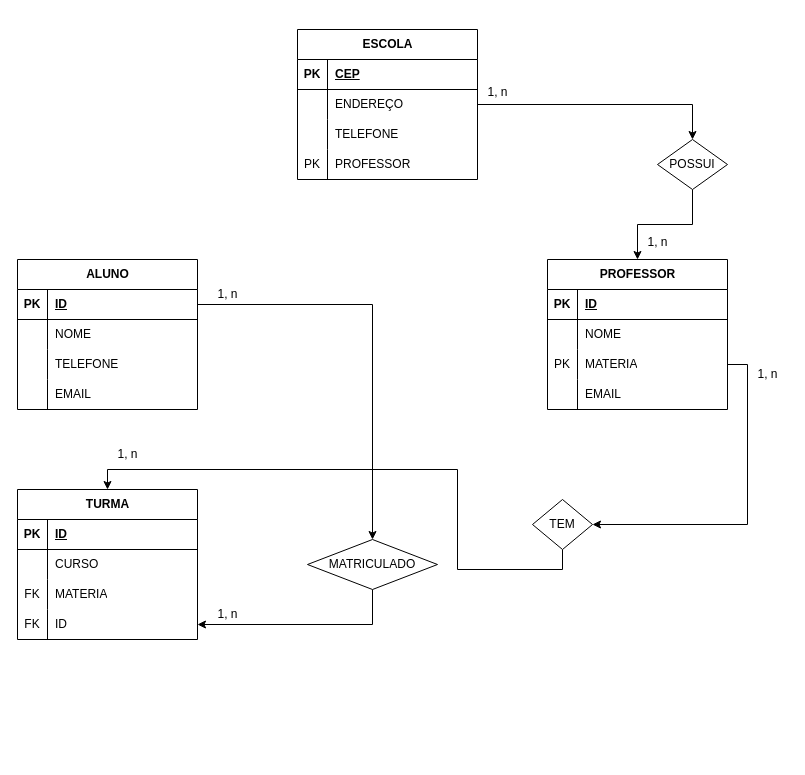
FirmoDev/projeto keeps this draw.io diagram as BD de uma escola.drawio. Above is the earlier version. Source tidied: cells renumbered, new cells numbered last; positions are measured from the earlier drawing's top-left corner, leaving out a move shared by most shapes. Both pictures are drawn from the tidied source at 100%, with x=0, y=0 at pixel (17, 29).
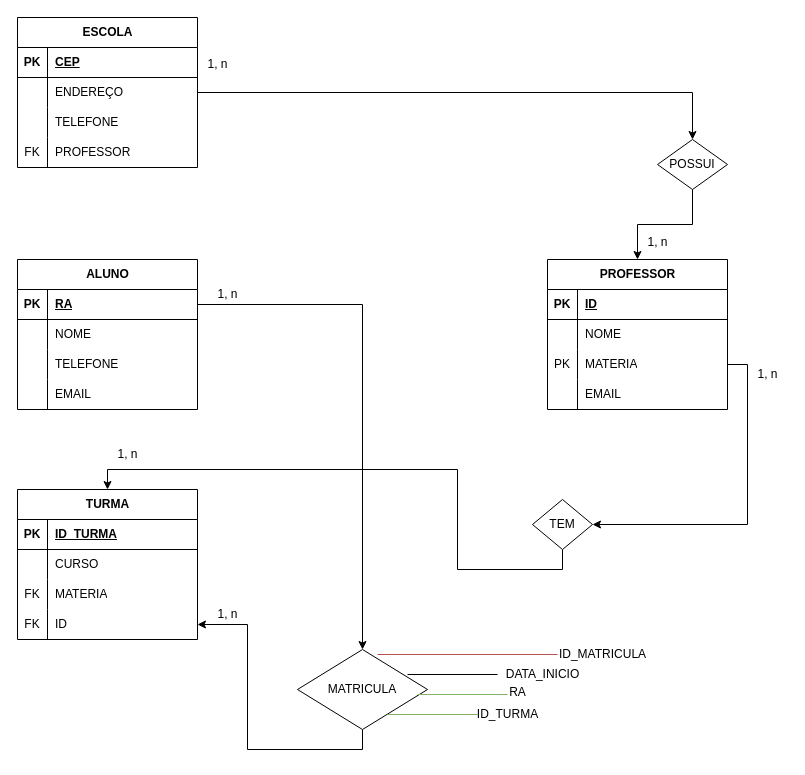
Above is the later version.

Commit message:
ATUALIZAÇÃO PARA TABELA ASSOSIATIVA DA MATRICULA

The change refers to these unchanged cells:
```xml
<mxCell id="3" style="shape=tableRow;horizontal=0;startSize=0;swimlaneHead=0;swimlaneBody=0;fillColor=none;points=[[0,0.5],[1,0.5]];portConstraint=eastwest;top=0;left=0;right=0;bottom=1;" parent="2" vertex="1">
  <mxGeometry y="30" width="180" height="30" as="geometry" />
</mxCell>
<mxCell id="25" style="shape=tableRow;horizontal=0;startSize=0;swimlaneHead=0;swimlaneBody=0;fillColor=none;top=0;left=0;right=0;bottom=0;" parent="15" vertex="1">
  <mxGeometry y="120" width="180" height="30" as="geometry" />
</mxCell>
<mxCell id="44" style="shape=tableRow;horizontal=0;startSize=0;swimlaneHead=0;swimlaneBody=0;fillColor=none;top=0;left=0;right=0;bottom=1;" parent="43" vertex="1">
  <mxGeometry y="30" width="180" height="30" as="geometry" />
</mxCell>
```

The edit, as a diff of the source:
```diff
@@
-    <mxCell id="5" value="ID" style="shape=partialRectangle;fillColor=none;top=0;left=0;bottom=0;right=0;align=left;spacingLeft=6;fontStyle=5;overflow=hidden;whiteSpace=wrap;html=1;" parent="3" vertex="1">
+    <mxCell id="5" value="RA" style="shape=partialRectangle;fillColor=none;top=0;left=0;bottom=0;right=0;align=left;spacingLeft=6;fontStyle=5;overflow=hidden;whiteSpace=wrap;html=1;" parent="3" vertex="1">
       <mxGeometry x="30" width="150" height="30" as="geometry" />
     </mxCell>
@@
     <mxCell id="15" value="ESCOLA" style="shape=table;startSize=30;childLayout=tableLayout;rowLines=0;fontStyle=1;align=center;html=1;" parent="1" vertex="1">
-      <mxGeometry x="280" width="180" height="150" as="geometry" />
+      <mxGeometry y="-12" width="180" height="150" as="geometry" />
     </mxCell>
@@
-    <mxCell id="26" value="PK" style="shape=partialRectangle;fillColor=none;top=0;left=0;bottom=0;right=0;overflow=hidden;whiteSpace=wrap;html=1;" parent="25" vertex="1">
+    <mxCell id="26" value="FK" style="shape=partialRectangle;fillColor=none;top=0;left=0;bottom=0;right=0;overflow=hidden;whiteSpace=wrap;html=1;" parent="25" vertex="1">
       <mxGeometry width="30" height="30" as="geometry" />
     </mxCell>
@@
-    <mxCell id="42" value="MATRICULADO" style="shape=rhombus;html=1;dashed=0;whiteSpace=wrap;perimeter=rhombusPerimeter;" parent="1" vertex="1">
-      <mxGeometry x="290" y="510" width="130" height="50" as="geometry" />
+    <mxCell id="42" value="MATRICULA" style="shape=rhombus;html=1;dashed=0;whiteSpace=wrap;perimeter=rhombusPerimeter;" parent="1" vertex="1">
+      <mxGeometry x="280" y="620" width="130" height="80" as="geometry" />
     </mxCell>
@@
-    <mxCell id="46" value="ID" style="shape=partialRectangle;fillColor=none;top=0;left=0;bottom=0;right=0;align=left;spacingLeft=6;fontStyle=5;overflow=hidden;whiteSpace=wrap;html=1;" parent="44" vertex="1">
+    <mxCell id="46" value="ID_TURMA" style="shape=partialRectangle;fillColor=none;top=0;left=0;bottom=0;right=0;align=left;spacingLeft=6;fontStyle=5;overflow=hidden;whiteSpace=wrap;html=1;" parent="44" vertex="1">
       <mxGeometry x="30" width="150" height="30" as="geometry" />
     </mxCell>
@@
     <mxCell id="62" value="1, n" style="text;html=1;align=center;verticalAlign=middle;strokeColor=none;fillColor=none;" parent="1" vertex="1">
-      <mxGeometry x="460" y="48" width="40" height="30" as="geometry" />
+      <mxGeometry x="180" y="20" width="40" height="30" as="geometry" />
     </mxCell>
@@
+    <mxCell id="69" style="line;strokeWidth=1;dashed=0;labelPosition=right;align=left;verticalAlign=middle;spacingTop=0;spacingLeft=6;fillColor=#f8cecc;strokeColor=#b85450;" parent="1" vertex="1">
+      <mxGeometry x="360" y="620" width="180" height="10" as="geometry" />
+    </mxCell>
+    <mxCell id="70" style="line;strokeWidth=1;dashed=0;labelPosition=right;align=left;verticalAlign=middle;spacingTop=0;spacingLeft=6;" parent="1" vertex="1">
+      <mxGeometry x="390" y="640" width="90" height="10" as="geometry" />
+    </mxCell>
+    <mxCell id="71" value="ID_MATRICULA" style="text;html=1;align=center;verticalAlign=middle;strokeColor=none;fillColor=none;" parent="1" vertex="1">
+      <mxGeometry x="530" y="610" width="110" height="30" as="geometry" />
+    </mxCell>
+    <mxCell id="72" value="DATA_INICIO" style="text;html=1;align=center;verticalAlign=middle;strokeColor=none;fillColor=none;" parent="1" vertex="1">
+      <mxGeometry x="475" y="630" width="100" height="30" as="geometry" />
+    </mxCell>
+    <mxCell id="73" style="line;strokeWidth=1;dashed=0;labelPosition=right;align=left;verticalAlign=middle;spacingTop=0;spacingLeft=6;fillColor=#d5e8d4;strokeColor=#82b366;" parent="1" vertex="1">
+      <mxGeometry x="400" y="660" width="90" height="10" as="geometry" />
+    </mxCell>
+    <mxCell id="74" style="line;strokeWidth=1;dashed=0;labelPosition=right;align=left;verticalAlign=middle;spacingTop=0;spacingLeft=6;fillColor=#d5e8d4;strokeColor=#82b366;" parent="1" vertex="1">
+      <mxGeometry x="370" y="680" width="90" height="10" as="geometry" />
+    </mxCell>
+    <mxCell id="75" value="RA" style="text;html=1;align=center;verticalAlign=middle;strokeColor=none;fillColor=none;" parent="1" vertex="1">
+      <mxGeometry x="480" y="648" width="40" height="30" as="geometry" />
+    </mxCell>
+    <mxCell id="76" value="ID_TURMA" style="text;html=1;align=center;verticalAlign=middle;strokeColor=none;fillColor=none;" parent="1" vertex="1">
+      <mxGeometry x="450" y="670" width="80" height="30" as="geometry" />
+    </mxCell>
```
